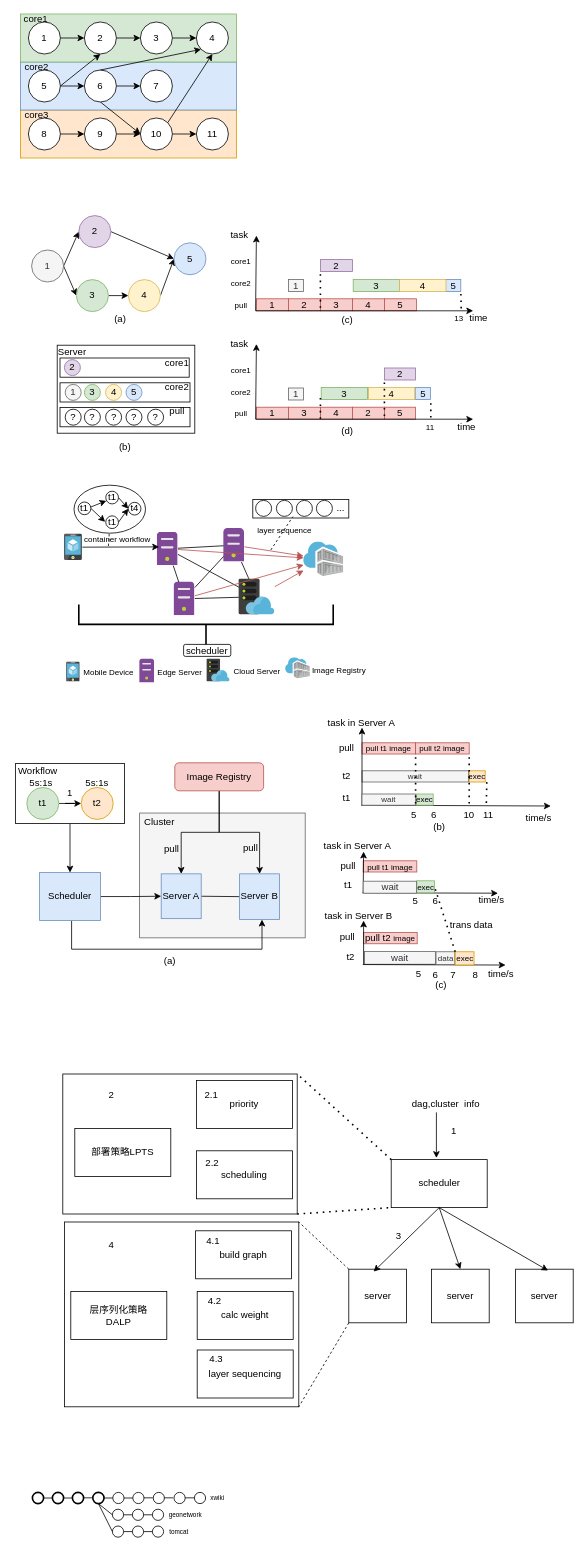
Earlier version of the draw.io diagram research/小论文.drawio (ksd11/charts). Source tidied: cells renumbered, new cells numbered last; positions are measured from the earlier drawing's top-left corner, leaving out a move shared by most shapes. Both pictures are drawn from the tidied source at 80%, with x=0, y=0 at pixel (14, 14).
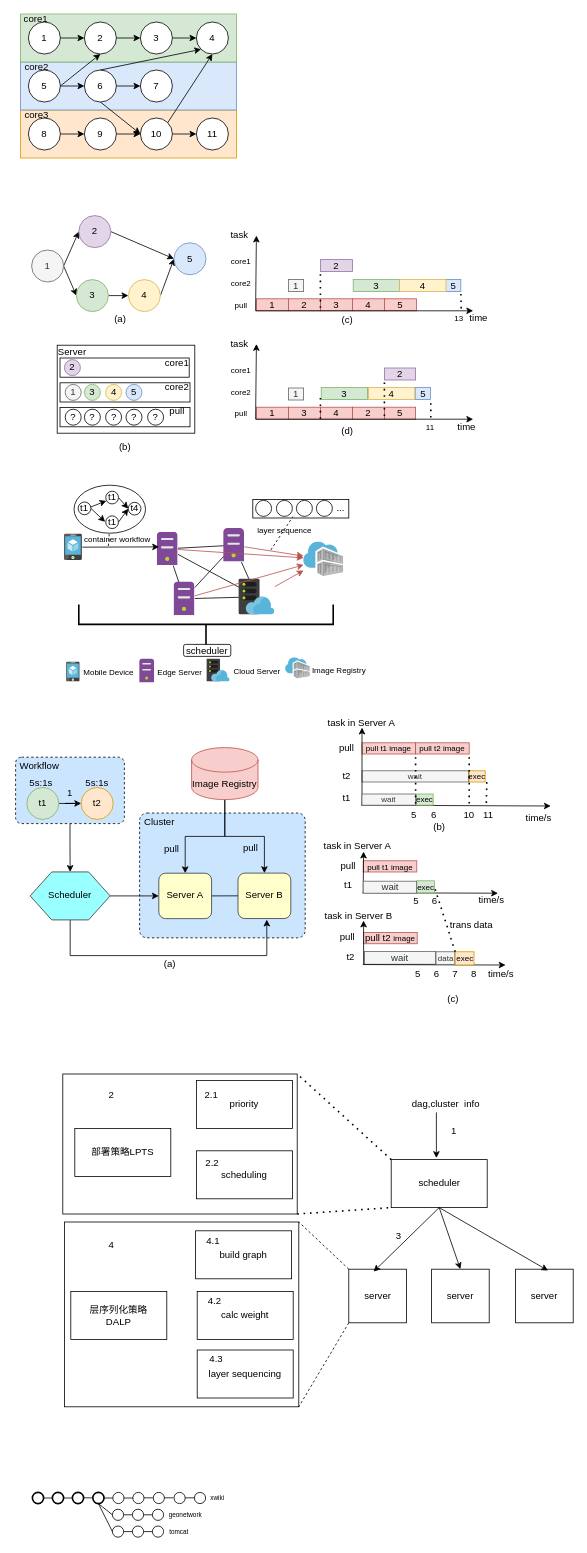
The same page after the edit.

Commit message (it also covers changes not shown here):
更新小论文.drawio

Unchanged cells that the change refers to:
```xml
<mxCell id="99" value="&lt;font style=&quot;font-size: 10px;&quot;&gt;exec&lt;/font&gt;" style="rounded=0;whiteSpace=wrap;html=1;fillColor=#d5e8d4;strokeColor=#82b366;" parent="1" vertex="1">
  <mxGeometry x="503.5" y="1083.5" width="22" height="15" as="geometry" />
</mxCell>
<mxCell id="113" value="&lt;span style=&quot;font-size: 10px;&quot;&gt;exec&lt;/span&gt;" style="rounded=0;whiteSpace=wrap;html=1;fillColor=#ffe6cc;strokeColor=#d79b00;" parent="1" vertex="1">
  <mxGeometry x="551.5" y="1172.2" width="23.5" height="16.5" as="geometry" />
</mxCell>
```

The edit, as a diff of the source:
```diff
@@
-    <mxCell id="61" style="edgeStyle=orthogonalEdgeStyle;rounded=0;jettySize=auto;html=1;exitX=0.5;exitY=1;exitDx=0;exitDy=0;" parent="1" edge="1" source="62" target="75">
+    <mxCell id="61" style="edgeStyle=orthogonalEdgeStyle;rounded=0;jettySize=auto;html=1;exitX=0.5;exitY=1;exitDx=0;exitDy=0;entryX=0.5;entryY=0;entryDx=0;entryDy=0;" parent="1" edge="1" source="62" target="287">
       <mxGeometry relative="1" as="geometry" />
     </mxCell>
-    <mxCell id="62" style="rounded=0;whiteSpace=wrap;html=1;" parent="1" vertex="1">
-      <mxGeometry x="2" y="936.8" width="136" height="75.2" as="geometry" />
+    <mxCell id="62" style="rounded=1;whiteSpace=wrap;html=1;arcSize=9;dashed=1;fillColor=#CCE5FF;" parent="1" vertex="1">
+      <mxGeometry x="2" y="929" width="136" height="83" as="geometry" />
     </mxCell>
-    <mxCell id="63" style="rounded=0;whiteSpace=wrap;html=1;fillColor=#f5f5f5;strokeColor=#666666;fontColor=#333333;" parent="1" vertex="1">
+    <mxCell id="63" style="rounded=1;whiteSpace=wrap;html=1;fillColor=#CCE5FF;strokeColor=#000000;fontColor=#333333;dashed=1;arcSize=6;" parent="1" vertex="1">
       <mxGeometry x="157" y="998.8" width="207" height="156" as="geometry" />
     </mxCell>
@@
-    <mxCell id="65" value="Server A" style="rounded=0;whiteSpace=wrap;html=1;fillColor=#dae8fc;strokeColor=#6c8ebf;" parent="1" vertex="1">
-      <mxGeometry x="184" y="1074.8" width="50" height="56" as="geometry" />
+    <mxCell id="65" value="Server A" style="rounded=1;whiteSpace=wrap;html=1;fillColor=#FFFFCC;strokeColor=#36393d;" parent="1" vertex="1">
+      <mxGeometry x="181" y="1074" width="66" height="56.8" as="geometry" />
     </mxCell>
-    <mxCell id="66" value="Server B" style="rounded=0;whiteSpace=wrap;html=1;fillColor=#dae8fc;strokeColor=#6c8ebf;" parent="1" vertex="1">
-      <mxGeometry x="282" y="1074.8" width="50" height="57" as="geometry" />
+    <mxCell id="66" value="Server B" style="rounded=1;whiteSpace=wrap;html=1;fillColor=#FFFFCC;strokeColor=#36393d;" parent="1" vertex="1">
+      <mxGeometry x="280" y="1073.9" width="66" height="56.8" as="geometry" />
     </mxCell>
@@
-    <mxCell id="73" style="edgeStyle=orthogonalEdgeStyle;rounded=0;jettySize=auto;html=1;exitX=1;exitY=0.5;exitDx=0;exitDy=0;entryX=0;entryY=0.5;entryDx=0;entryDy=0;" parent="1" edge="1" source="75" target="65">
-      <mxGeometry relative="1" as="geometry" />
-    </mxCell>
-    <mxCell id="74" style="edgeStyle=orthogonalEdgeStyle;rounded=0;orthogonalLoop=1;jettySize=auto;html=1;exitX=0.5;exitY=1;exitDx=0;exitDy=0;" parent="1" edge="1">
+    <mxCell id="74" style="edgeStyle=orthogonalEdgeStyle;rounded=0;jettySize=auto;html=1;exitX=0.5;exitY=1;exitDx=0;exitDy=0;" parent="1" edge="1" source="287">
       <mxGeometry relative="1" as="geometry">
-        <mxPoint x="72" y="1133.3" as="sourcePoint" />
-        <mxPoint x="310" y="1132" as="targetPoint" />
+        <mxPoint x="316" y="1132" as="targetPoint" />
         <Array as="points">
-          <mxPoint x="72" y="1169" />
-          <mxPoint x="310" y="1169" />
+          <mxPoint x="70" y="1177" />
+          <mxPoint x="316" y="1177" />
         </Array>
       </mxGeometry>
     </mxCell>
-    <mxCell id="75" value="Scheduler" style="rounded=0;whiteSpace=wrap;html=1;fillColor=#dae8fc;strokeColor=#6c8ebf;" parent="1" vertex="1">
-      <mxGeometry x="32" y="1073.2" width="76" height="60" as="geometry" />
-    </mxCell>
     <mxCell id="76" value="Workflow" style="text;html=1;strokeColor=none;fillColor=none;align=center;verticalAlign=middle;whiteSpace=wrap;rounded=0;" parent="1" vertex="1">
-      <mxGeometry y="930.8" width="60" height="30" as="geometry" />
+      <mxGeometry x="2" y="924.8" width="60" height="30" as="geometry" />
     </mxCell>
@@
     <mxCell id="95" value="5" style="text;html=1;strokeColor=none;fillColor=none;align=center;verticalAlign=middle;whiteSpace=wrap;rounded=0;" parent="1" vertex="1">
-      <mxGeometry x="471.5" y="1093.5" width="60" height="30" as="geometry" />
+      <mxGeometry x="472.5" y="1093.5" width="60" height="30" as="geometry" />
     </mxCell>
@@
     <mxCell id="100" value="6" style="text;html=1;strokeColor=none;fillColor=none;align=center;verticalAlign=middle;whiteSpace=wrap;rounded=0;" parent="1" vertex="1">
-      <mxGeometry x="496.5" y="1093.5" width="60" height="30" as="geometry" />
+      <mxGeometry x="515" y="1093.5" width="22" height="30" as="geometry" />
     </mxCell>
@@
     <mxCell id="106" value="5" style="text;html=1;strokeColor=none;fillColor=none;align=center;verticalAlign=middle;whiteSpace=wrap;rounded=0;" parent="1" vertex="1">
-      <mxGeometry x="476" y="1185.2" width="60" height="30" as="geometry" />
+      <mxGeometry x="475" y="1185.2" width="60" height="30" as="geometry" />
     </mxCell>
@@
     <mxCell id="111" value="6" style="text;html=1;strokeColor=none;fillColor=none;align=center;verticalAlign=middle;whiteSpace=wrap;rounded=0;" parent="1" vertex="1">
-      <mxGeometry x="497" y="1186.2" width="60" height="30" as="geometry" />
+      <mxGeometry x="515" y="1185.2" width="27" height="30" as="geometry" />
     </mxCell>
@@
     <mxCell id="114" value="7" style="text;html=1;strokeColor=none;fillColor=none;align=center;verticalAlign=middle;whiteSpace=wrap;rounded=0;" parent="1" vertex="1">
-      <mxGeometry x="519" y="1186.2" width="60" height="30" as="geometry" />
+      <mxGeometry x="537" y="1185.2" width="29" height="30" as="geometry" />
     </mxCell>
     <mxCell id="115" value="8" style="text;html=1;strokeColor=none;fillColor=none;align=center;verticalAlign=middle;whiteSpace=wrap;rounded=0;" parent="1" vertex="1">
-      <mxGeometry x="547" y="1186.2" width="60" height="30" as="geometry" />
+      <mxGeometry x="562" y="1185.2" width="26" height="30" as="geometry" />
     </mxCell>
@@
-    <mxCell id="123" style="endArrow=none;dashed=1;html=1;dashPattern=1 3;strokeWidth=2;rounded=0;exitX=0;exitY=0;exitDx=0;exitDy=0;entryX=0.5;entryY=0;entryDx=0;entryDy=0;" parent="1" edge="1" source="113" target="100">
+    <mxCell id="123" style="endArrow=none;dashed=1;html=1;dashPattern=1 3;strokeWidth=2;rounded=0;exitX=0;exitY=0;exitDx=0;exitDy=0;entryX=1;entryY=0.5;entryDx=0;entryDy=0;" parent="1" edge="1" source="113" target="99">
       <mxGeometry relative="1" as="geometry" />
     </mxCell>
@@
     <mxCell id="143" value="(a)" style="text;html=1;align=center;verticalAlign=middle;whiteSpace=wrap;rounded=0;" parent="1" vertex="1">
-      <mxGeometry x="165" y="1169" width="60" height="30" as="geometry" />
+      <mxGeometry x="165" y="1173" width="60" height="30" as="geometry" />
     </mxCell>
@@
     <mxCell id="145" value="(c)" style="text;html=1;align=center;verticalAlign=middle;whiteSpace=wrap;rounded=0;" parent="1" vertex="1">
-      <mxGeometry x="504" y="1199" width="60" height="30" as="geometry" />
+      <mxGeometry x="518.5" y="1216.2" width="60" height="30" as="geometry" />
     </mxCell>
@@
-    <mxCell id="283" style="edgeStyle=orthogonalEdgeStyle;rounded=0;jettySize=auto;html=1;exitX=0.5;exitY=1;exitDx=0;exitDy=0;" parent="1" edge="1" source="285" target="65">
+    <mxCell id="283" style="edgeStyle=orthogonalEdgeStyle;rounded=0;jettySize=auto;html=1;exitX=0.5;exitY=1;exitDx=0;exitDy=0;exitPerimeter=0;entryX=0.5;entryY=0;entryDx=0;entryDy=0;" parent="1" edge="1" source="285" target="65">
       <mxGeometry relative="1" as="geometry" />
     </mxCell>
-    <mxCell id="284" style="edgeStyle=orthogonalEdgeStyle;rounded=0;jettySize=auto;html=1;exitX=0.5;exitY=1;exitDx=0;exitDy=0;" parent="1" edge="1" source="285" target="66">
+    <mxCell id="284" style="edgeStyle=orthogonalEdgeStyle;rounded=0;jettySize=auto;html=1;exitX=0.5;exitY=1;exitDx=0;exitDy=0;exitPerimeter=0;entryX=0.5;entryY=0;entryDx=0;entryDy=0;" parent="1" edge="1" source="285" target="66">
       <mxGeometry relative="1" as="geometry" />
     </mxCell>
-    <mxCell id="285" value="Image Registry" style="rounded=1;whiteSpace=wrap;html=1;fillColor=#f8cecc;strokeColor=#b85450;" parent="1" vertex="1">
-      <mxGeometry x="201" y="936" width="111" height="35" as="geometry" />
+    <mxCell id="285" value="Image Registry" style="shape=cylinder3;whiteSpace=wrap;html=1;boundedLbl=1;backgroundOutline=1;size=15.326603480747735;fillColor=#f8cecc;strokeColor=#b85450;" parent="1" vertex="1">
+      <mxGeometry x="222" y="917" width="83" height="65" as="geometry" />
     </mxCell>
+    <mxCell id="286" style="edgeStyle=orthogonalEdgeStyle;rounded=0;jettySize=auto;html=1;exitX=1;exitY=0.5;exitDx=0;exitDy=0;" parent="1" edge="1" source="287" target="65">
+      <mxGeometry relative="1" as="geometry" />
+    </mxCell>
+    <mxCell id="287" style="verticalLabelPosition=bottom;verticalAlign=top;html=1;shape=hexagon;perimeter=hexagonPerimeter2;arcSize=6;size=0.27;fillColor=#99FFFF;strokeColor=#36393d;" parent="1" vertex="1">
+      <mxGeometry x="20.2" y="1072.4" width="100" height="60" as="geometry" />
+    </mxCell>
+    <mxCell id="75" value="Scheduler" style="text;html=1;align=center;verticalAlign=middle;whiteSpace=wrap;rounded=0;" parent="1" vertex="1">
+      <mxGeometry x="40.2" y="1087.4" width="60" height="30" as="geometry" />
+    </mxCell>
```
